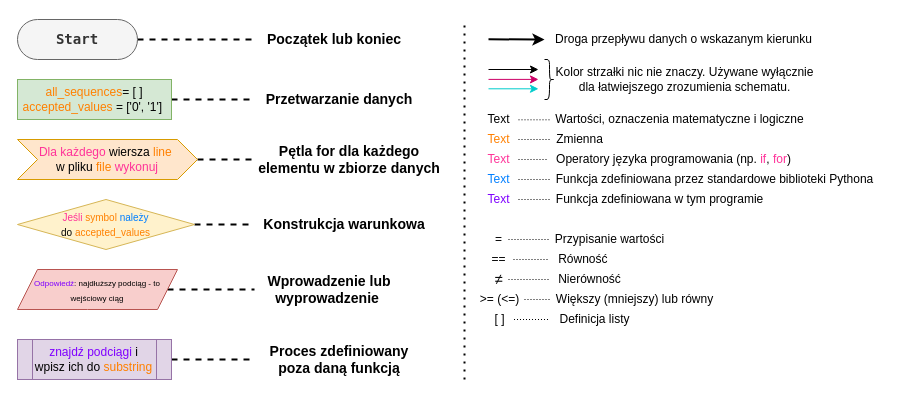
This is page "Legend" (1 of 5) of block-diagrams.drawio from FrightenedFox/sorting-algorithms, a draw.io file, before an edit. Source tidied: cells renumbered, new cells numbered last; positions are measured from the earlier drawing's top-left corner, leaving out a move shared by most shapes. Both pictures are drawn from the tidied source at 100%, with x=0, y=0 at pixel (17, 19).
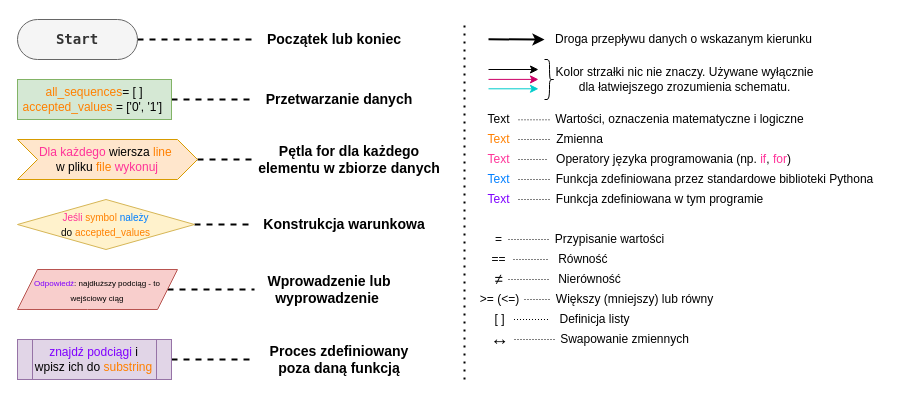
The same page after the edit.

Change to the diagram source:
```diff
@@
+    <mxCell id="58" value="&lt;span style=&quot;font-family: &amp;#34;roboto&amp;#34; , sans-serif ; font-size: 18.6667px ; text-align: left ; background-color: rgb(255 , 255 , 255)&quot;&gt;↔&lt;/span&gt;" style="text;html=1;align=center;verticalAlign=middle;points=[];" parent="1" vertex="1">
+      <mxGeometry x="467" y="310" width="30" height="20" as="geometry" />
+    </mxCell>
+    <mxCell id="59" style="edgeStyle=orthogonalEdgeStyle;rounded=0;jettySize=auto;html=1;strokeWidth=1;dashed=1;dashPattern=1 2;endArrow=none;endFill=0;" parent="1" edge="1" source="58" target="60">
+      <mxGeometry relative="1" as="geometry" />
+    </mxCell>
+    <mxCell id="60" value="Swapowanie zmiennych" style="text;html=1;align=center;verticalAlign=middle;points=[];" parent="1" vertex="1">
+      <mxGeometry x="537" y="310" width="140" height="20" as="geometry" />
+    </mxCell>
```
